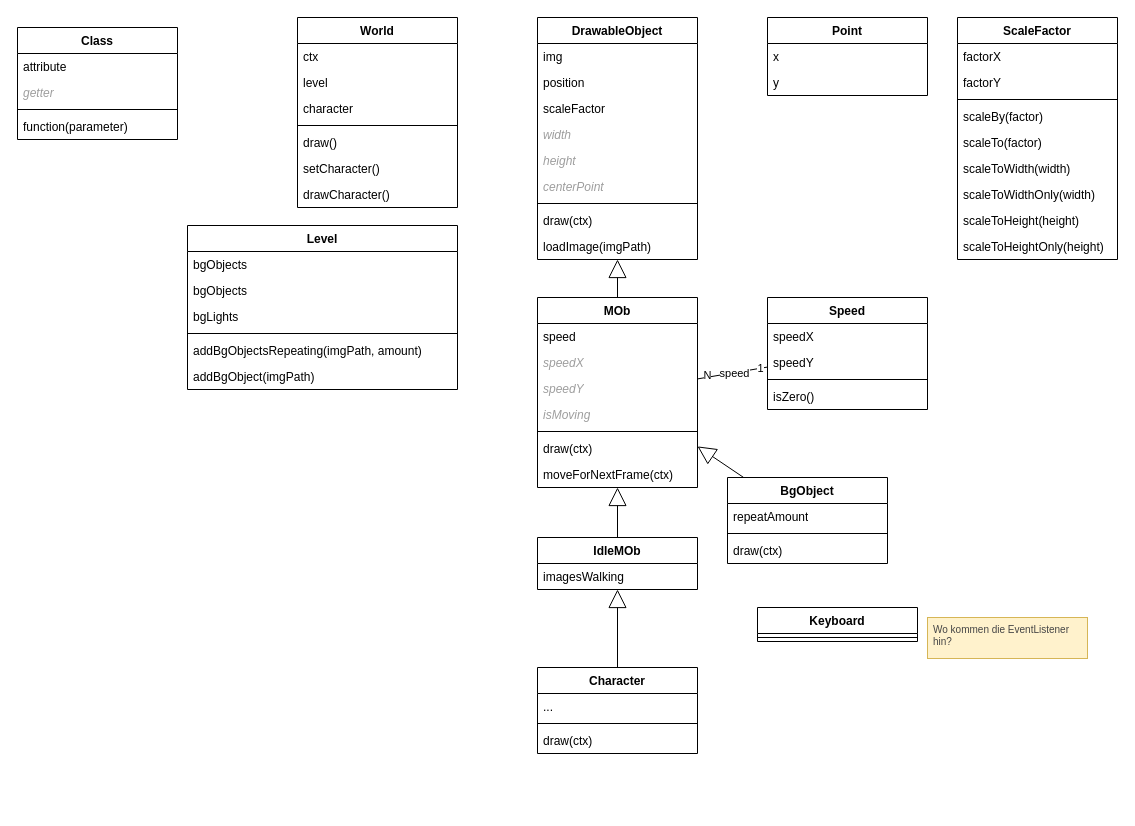
Before: uml/Sharky-ClassDiagram.drawio in ReinhardWansch/Sharky-DeveloperAkademie, a draw.io diagram. Source tidied: cells renumbered, new cells numbered last; positions are measured from the earlier drawing's top-left corner, leaving out a move shared by most shapes. Both pictures are drawn from the tidied source at 100%, with x=0, y=0 at pixel (17, 17).
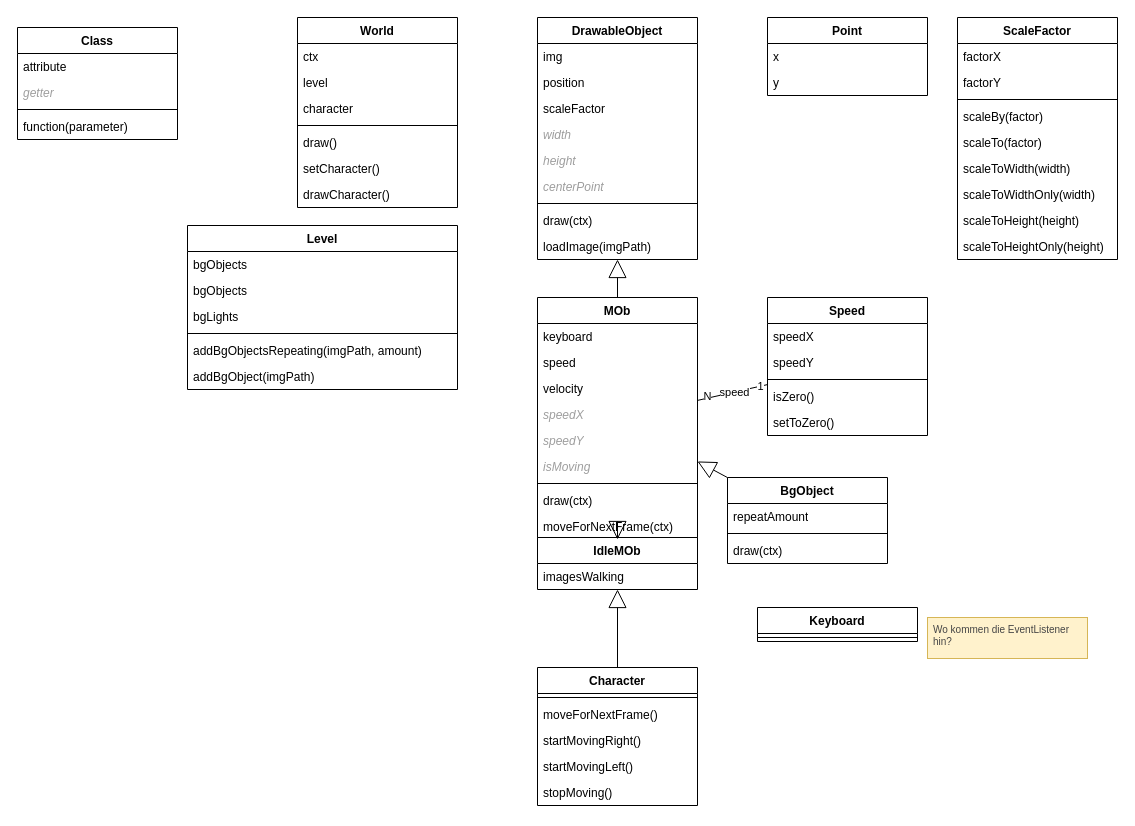
After the change.

Commit message (it also covers changes not shown here):
rename class Speed --> Velocity

Diff of the diagram source:
```diff
@@
     <mxCell id="2" value="MOb" style="swimlane;fontStyle=1;align=center;verticalAlign=top;horizontal=1;startSize=26;whiteSpace=wrap;html=1;" parent="1" vertex="1">
-      <mxGeometry x="520" y="280" width="160" height="190" as="geometry" />
+      <mxGeometry x="520" y="280" width="160" height="242" as="geometry" />
     </mxCell>
+    <mxCell id="79" value="keyboard" style="text;strokeColor=none;fillColor=none;align=left;verticalAlign=top;spacingLeft=4;spacingRight=4;overflow=hidden;whiteSpace=wrap;html=1;" parent="2" vertex="1">
+      <mxGeometry y="26" width="160" height="26" as="geometry" />
+    </mxCell>
     <mxCell id="3" value="speed" style="text;strokeColor=none;fillColor=none;align=left;verticalAlign=top;spacingLeft=4;spacingRight=4;overflow=hidden;whiteSpace=wrap;html=1;" parent="2" vertex="1">
-      <mxGeometry y="26" width="160" height="26" as="geometry" />
+      <mxGeometry y="52" width="160" height="26" as="geometry" />
     </mxCell>
+    <mxCell id="80" value="velocity" style="text;strokeColor=none;fillColor=none;align=left;verticalAlign=top;spacingLeft=4;spacingRight=4;overflow=hidden;whiteSpace=wrap;html=1;" parent="2" vertex="1">
+      <mxGeometry y="78" width="160" height="26" as="geometry" />
+    </mxCell>
     <mxCell id="4" value="speedX" style="text;align=left;verticalAlign=top;spacingLeft=4;spacingRight=4;overflow=hidden;whiteSpace=wrap;html=1;fontStyle=2;fontColor=#9E9E9E;" parent="2" vertex="1">
-      <mxGeometry y="52" width="160" height="26" as="geometry" />
+      <mxGeometry y="104" width="160" height="26" as="geometry" />
     </mxCell>
     <mxCell id="5" value="speedY" style="text;align=left;verticalAlign=top;spacingLeft=4;spacingRight=4;overflow=hidden;whiteSpace=wrap;html=1;fontStyle=2;fontColor=#9E9E9E;" parent="2" vertex="1">
-      <mxGeometry y="78" width="160" height="26" as="geometry" />
+      <mxGeometry y="130" width="160" height="26" as="geometry" />
     </mxCell>
     <mxCell id="6" value="isMoving" style="text;align=left;verticalAlign=top;spacingLeft=4;spacingRight=4;overflow=hidden;whiteSpace=wrap;html=1;fontStyle=2;fontColor=#9E9E9E;" parent="2" vertex="1">
-      <mxGeometry y="104" width="160" height="26" as="geometry" />
+      <mxGeometry y="156" width="160" height="26" as="geometry" />
     </mxCell>
     <mxCell id="7" style="line;strokeWidth=1;fillColor=none;align=left;verticalAlign=middle;spacingTop=-1;spacingLeft=3;spacingRight=3;labelPosition=right;strokeColor=inherit;" parent="2" vertex="1">
-      <mxGeometry y="130" width="160" height="8" as="geometry" />
+      <mxGeometry y="182" width="160" height="8" as="geometry" />
     </mxCell>
     <mxCell id="8" value="draw(ctx)" style="text;strokeColor=none;fillColor=none;align=left;verticalAlign=top;spacingLeft=4;spacingRight=4;overflow=hidden;whiteSpace=wrap;html=1;" parent="2" vertex="1">
-      <mxGeometry y="138" width="160" height="26" as="geometry" />
+      <mxGeometry y="190" width="160" height="26" as="geometry" />
     </mxCell>
     <mxCell id="9" value="moveForNextFrame(ctx)" style="text;strokeColor=none;fillColor=none;align=left;verticalAlign=top;spacingLeft=4;spacingRight=4;overflow=hidden;whiteSpace=wrap;html=1;" parent="2" vertex="1">
-      <mxGeometry y="164" width="160" height="26" as="geometry" />
+      <mxGeometry y="216" width="160" height="26" as="geometry" />
     </mxCell>
@@
     <mxCell id="39" value="Character" style="swimlane;fontStyle=1;align=center;verticalAlign=top;horizontal=1;startSize=26;whiteSpace=wrap;html=1;" parent="1" vertex="1">
-      <mxGeometry x="520" y="650" width="160" height="86" as="geometry" />
+      <mxGeometry x="520" y="650" width="160" height="138" as="geometry" />
     </mxCell>
-    <mxCell id="40" value="..." style="text;strokeColor=none;fillColor=none;align=left;verticalAlign=top;spacingLeft=4;spacingRight=4;overflow=hidden;whiteSpace=wrap;html=1;" parent="39" vertex="1">
-      <mxGeometry y="26" width="160" height="26" as="geometry" />
-    </mxCell>
     <mxCell id="41" style="line;strokeWidth=1;fillColor=none;align=left;verticalAlign=middle;spacingTop=-1;spacingLeft=3;spacingRight=3;labelPosition=right;strokeColor=inherit;" parent="39" vertex="1">
-      <mxGeometry y="52" width="160" height="8" as="geometry" />
+      <mxGeometry y="26" width="160" height="8" as="geometry" />
     </mxCell>
+    <mxCell id="81" value="moveForNextFrame()" style="text;strokeColor=none;fillColor=none;align=left;verticalAlign=top;spacingLeft=4;spacingRight=4;overflow=hidden;whiteSpace=wrap;html=1;" parent="39" vertex="1">
+      <mxGeometry y="34" width="160" height="26" as="geometry" />
+    </mxCell>
-    <mxCell id="42" value="draw(ctx)" style="text;strokeColor=none;fillColor=none;align=left;verticalAlign=top;spacingLeft=4;spacingRight=4;overflow=hidden;whiteSpace=wrap;html=1;" parent="39" vertex="1">
+    <mxCell id="42" value="startMovingRight()" style="text;strokeColor=none;fillColor=none;align=left;verticalAlign=top;spacingLeft=4;spacingRight=4;overflow=hidden;whiteSpace=wrap;html=1;" parent="39" vertex="1">
       <mxGeometry y="60" width="160" height="26" as="geometry" />
     </mxCell>
+    <mxCell id="82" value="startMovingLeft()" style="text;strokeColor=none;fillColor=none;align=left;verticalAlign=top;spacingLeft=4;spacingRight=4;overflow=hidden;whiteSpace=wrap;html=1;" parent="39" vertex="1">
+      <mxGeometry y="86" width="160" height="26" as="geometry" />
+    </mxCell>
+    <mxCell id="83" value="stopMoving()" style="text;strokeColor=none;fillColor=none;align=left;verticalAlign=top;spacingLeft=4;spacingRight=4;overflow=hidden;whiteSpace=wrap;html=1;" parent="39" vertex="1">
+      <mxGeometry y="112" width="160" height="26" as="geometry" />
+    </mxCell>
@@
     <mxCell id="61" value="Speed" style="swimlane;fontStyle=1;align=center;verticalAlign=top;horizontal=1;startSize=26;whiteSpace=wrap;html=1;" parent="1" vertex="1">
-      <mxGeometry x="750" y="280" width="160" height="112" as="geometry" />
+      <mxGeometry x="750" y="280" width="160" height="138" as="geometry" />
     </mxCell>
@@
+    <mxCell id="84" value="setToZero()" style="text;strokeColor=none;fillColor=none;align=left;verticalAlign=top;spacingLeft=4;spacingRight=4;overflow=hidden;whiteSpace=wrap;html=1;" parent="61" vertex="1">
+      <mxGeometry y="112" width="160" height="26" as="geometry" />
+    </mxCell>
```
